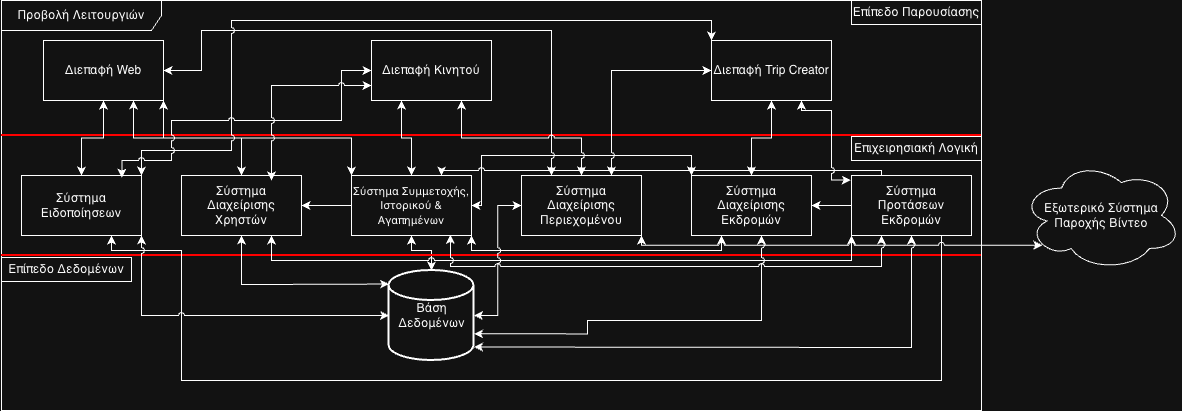
This is diagrams/Architecture/FunctionalView.png from SpyrosSiachamis/Travel-Platform-Project, a draw.io export, as it was before one commit. Source tidied: cells renumbered, new cells last; positions are measured from the earlier drawing's top-left corner, leaving out a move shared by most shapes.
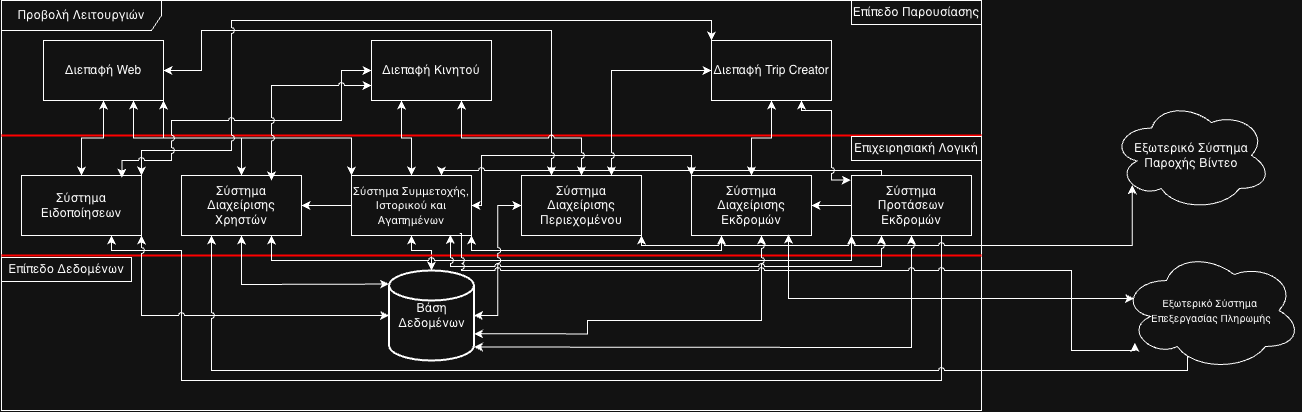
Above is the later version.

What changed in the source:
```diff
@@ -42,7 +42,7 @@
     <mxCell id="9" style="edgeStyle=orthogonalEdgeStyle;rounded=0;jettySize=auto;html=1;exitX=0;exitY=0.5;exitDx=0;exitDy=0;" parent="2" edge="1" source="10" target="3">
       <mxGeometry relative="1" as="geometry" />
     </mxCell>
-    <mxCell id="10" value="&lt;font style=&quot;font-size: 11px;&quot;&gt;Σύστημα Συμμετοχής, Ιστορικού &amp;amp; Αγαπημένων&lt;/font&gt;" style="rounded=0;whiteSpace=wrap;html=1;" parent="2" vertex="1">
+    <mxCell id="10" value="&lt;font style=&quot;font-size: 11px;&quot;&gt;Σύστημα Συμμετοχής, Ιστορικού και Αγαπημένων&lt;/font&gt;" style="rounded=0;whiteSpace=wrap;html=1;" parent="2" vertex="1">
       <mxGeometry x="350" y="175" width="120" height="60" as="geometry" />
     </mxCell>
     <mxCell id="11" value="Σύστημα Διαχείρισης Περιεχομένου" style="whiteSpace=wrap;html=1;" parent="2" vertex="1">
@@ -209,15 +209,41 @@
         </Array>
       </mxGeometry>
     </mxCell>
-    <mxCell id="44" value="Εξωτερικό Σύστημα Παροχής Βίντεο" style="ellipse;shape=cloud;whiteSpace=wrap;html=1;" parent="1" vertex="1">
-      <mxGeometry x="1020" y="160" width="160" height="110" as="geometry" />
+    <mxCell id="44" style="edgeStyle=orthogonalEdgeStyle;rounded=0;jettySize=auto;html=1;entryX=0.13;entryY=0.77;entryDx=0;entryDy=0;entryPerimeter=0;jumpStyle=arc;exitX=0.902;exitY=0.967;exitDx=0;exitDy=0;exitPerimeter=0;" parent="2" edge="1" source="10">
+      <mxGeometry relative="1" as="geometry">
+        <mxPoint x="1133.4" y="342.4" as="targetPoint" />
+        <Array as="points">
+          <mxPoint x="460" y="233" />
+          <mxPoint x="460" y="270" />
+          <mxPoint x="1070" y="270" />
+          <mxPoint x="1070" y="350" />
+          <mxPoint x="1133" y="350" />
+        </Array>
+      </mxGeometry>
     </mxCell>
+    <mxCell id="46" value="Εξωτερικό Σύστημα Παροχής Βίντεο" style="ellipse;shape=cloud;whiteSpace=wrap;html=1;" parent="1" vertex="1">
+      <mxGeometry x="1110" y="100" width="160" height="110" as="geometry" />
+    </mxCell>
-    <mxCell id="45" style="edgeStyle=orthogonalEdgeStyle;rounded=0;jettySize=auto;html=1;exitX=1;exitY=1;exitDx=0;exitDy=0;entryX=0.13;entryY=0.77;entryDx=0;entryDy=0;entryPerimeter=0;jumpStyle=arc;startArrow=classic;startFill=1;" parent="1" edge="1" source="11" target="44">
+    <mxCell id="45" style="edgeStyle=orthogonalEdgeStyle;rounded=0;jettySize=auto;html=1;exitX=1;exitY=1;exitDx=0;exitDy=0;entryX=0.13;entryY=0.77;entryDx=0;entryDy=0;entryPerimeter=0;jumpStyle=arc;startArrow=classic;startFill=1;" parent="1" edge="1" source="11" target="46">
       <mxGeometry relative="1" as="geometry">
         <Array as="points">
           <mxPoint x="640" y="245" />
         </Array>
       </mxGeometry>
     </mxCell>
+    <mxCell id="47" style="edgeStyle=orthogonalEdgeStyle;rounded=0;jettySize=auto;html=1;exitX=0.31;exitY=0.8;exitDx=0;exitDy=0;exitPerimeter=0;entryX=0.25;entryY=1;entryDx=0;entryDy=0;jumpStyle=arc;" parent="1" edge="1" source="48" target="3">
+      <mxGeometry relative="1" as="geometry">
+        <Array as="points">
+          <mxPoint x="1186" y="370" />
+          <mxPoint x="210" y="370" />
+        </Array>
+      </mxGeometry>
+    </mxCell>
+    <mxCell id="48" value="&lt;font style=&quot;font-size: 10px;&quot;&gt;Εξωτερικό Σύστημα&amp;nbsp;&lt;/font&gt;&lt;div&gt;&lt;font style=&quot;font-size: 10px;&quot;&gt;Επεξεργασίας Πληρωμής&lt;/font&gt;&lt;/div&gt;" style="ellipse;shape=cloud;whiteSpace=wrap;html=1;" parent="1" vertex="1">
+      <mxGeometry x="1120" y="250" width="180" height="120" as="geometry" />
+    </mxCell>
+    <mxCell id="49" style="edgeStyle=orthogonalEdgeStyle;rounded=0;jettySize=auto;html=1;exitX=0.07;exitY=0.4;exitDx=0;exitDy=0;exitPerimeter=0;entryX=0.808;entryY=0.983;entryDx=0;entryDy=0;entryPerimeter=0;startArrow=classic;startFill=1;" parent="1" edge="1" source="48" target="4">
+      <mxGeometry relative="1" as="geometry" />
+    </mxCell>
   </root>
 </mxGraphModel>
```
